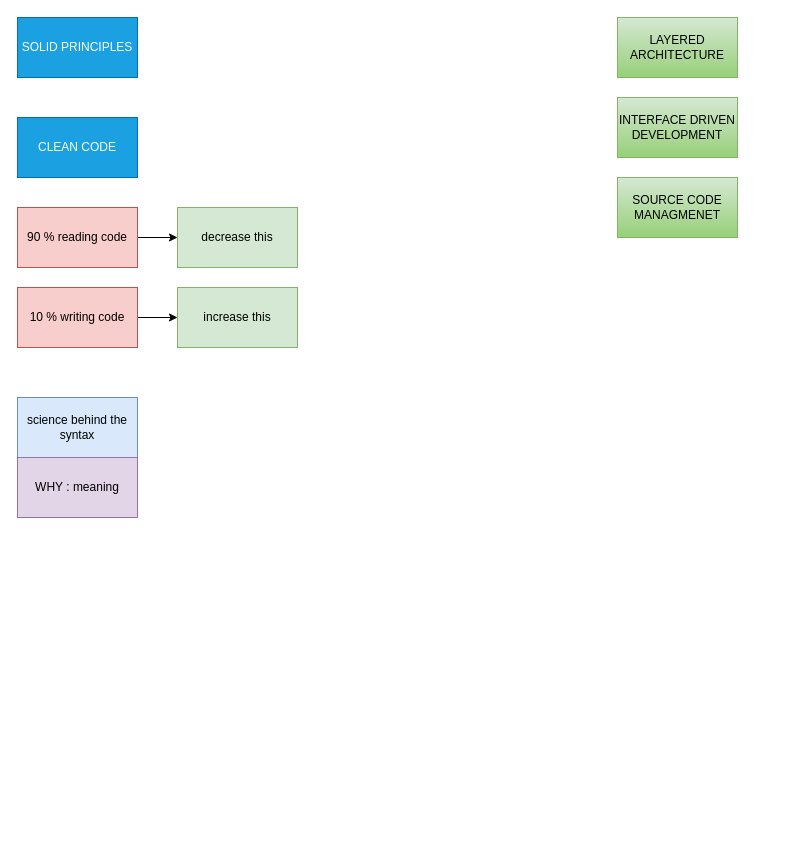
Before: page "Best *" (1 of 11) of java/diagrams/java-workflow.drawio in aukokyong/jfs-master, a draw.io diagram. Source tidied: cells renumbered, new cells numbered last; positions are measured from the earlier drawing's top-left corner, leaving out a move shared by most shapes. Both pictures are drawn from the tidied source at 100%, with x=0, y=0 at pixel (17, 17).
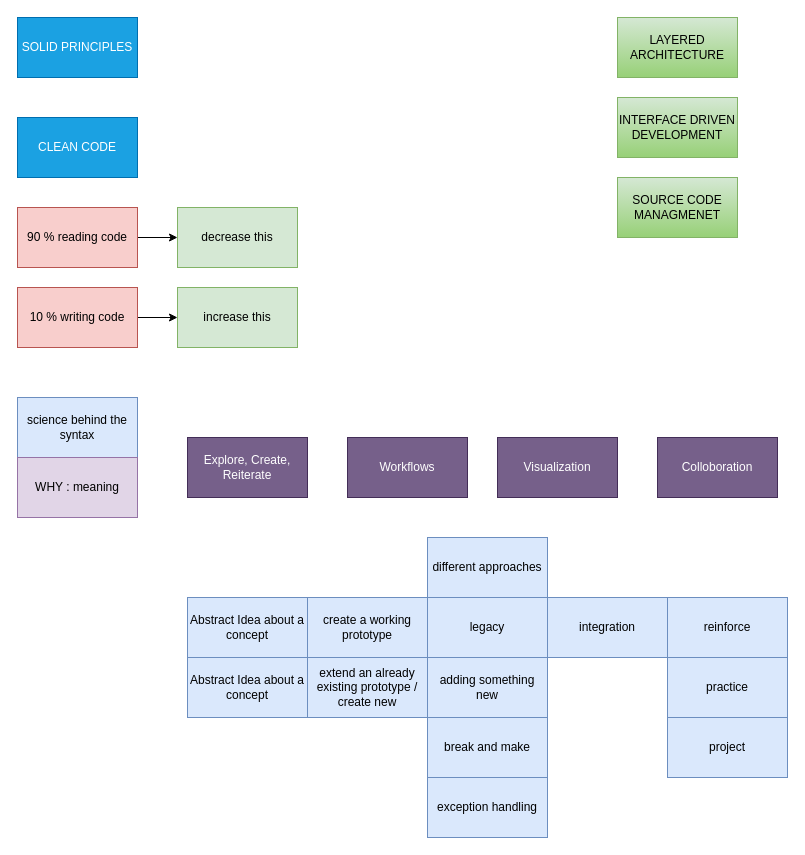
After the change.

Diff of the diagram source:
```diff
@@
+    <mxCell id="15" value="Abstract Idea about a concept" style="rounded=0;whiteSpace=wrap;html=1;fillColor=#dae8fc;strokeColor=#6c8ebf;" parent="1" vertex="1">
+      <mxGeometry x="170" y="580" width="120" height="60" as="geometry" />
+    </mxCell>
+    <mxCell id="16" value="create a working prototype" style="rounded=0;whiteSpace=wrap;html=1;fillColor=#dae8fc;strokeColor=#6c8ebf;" parent="1" vertex="1">
+      <mxGeometry x="290" y="580" width="120" height="60" as="geometry" />
+    </mxCell>
+    <mxCell id="17" value="different approaches" style="rounded=0;whiteSpace=wrap;html=1;fillColor=#dae8fc;strokeColor=#6c8ebf;" parent="1" vertex="1">
+      <mxGeometry x="410" y="520" width="120" height="60" as="geometry" />
+    </mxCell>
+    <mxCell id="18" value="adding something new" style="rounded=0;whiteSpace=wrap;html=1;fillColor=#dae8fc;strokeColor=#6c8ebf;" parent="1" vertex="1">
+      <mxGeometry x="410" y="640" width="120" height="60" as="geometry" />
+    </mxCell>
+    <mxCell id="19" value="legacy" style="rounded=0;whiteSpace=wrap;html=1;fillColor=#dae8fc;strokeColor=#6c8ebf;" parent="1" vertex="1">
+      <mxGeometry x="410" y="580" width="120" height="60" as="geometry" />
+    </mxCell>
+    <mxCell id="20" value="integration" style="rounded=0;whiteSpace=wrap;html=1;fillColor=#dae8fc;strokeColor=#6c8ebf;" parent="1" vertex="1">
+      <mxGeometry x="530" y="580" width="120" height="60" as="geometry" />
+    </mxCell>
+    <mxCell id="21" value="break and make" style="rounded=0;whiteSpace=wrap;html=1;fillColor=#dae8fc;strokeColor=#6c8ebf;" parent="1" vertex="1">
+      <mxGeometry x="410" y="700" width="120" height="60" as="geometry" />
+    </mxCell>
+    <mxCell id="22" value="exception handling" style="rounded=0;whiteSpace=wrap;html=1;fillColor=#dae8fc;strokeColor=#6c8ebf;" parent="1" vertex="1">
+      <mxGeometry x="410" y="760" width="120" height="60" as="geometry" />
+    </mxCell>
+    <mxCell id="23" value="reinforce" style="rounded=0;whiteSpace=wrap;html=1;fillColor=#dae8fc;strokeColor=#6c8ebf;" parent="1" vertex="1">
+      <mxGeometry x="650" y="580" width="120" height="60" as="geometry" />
+    </mxCell>
+    <mxCell id="24" value="Abstract Idea about a concept" style="rounded=0;whiteSpace=wrap;html=1;fillColor=#dae8fc;strokeColor=#6c8ebf;" parent="1" vertex="1">
+      <mxGeometry x="170" y="640" width="120" height="60" as="geometry" />
+    </mxCell>
+    <mxCell id="25" value="extend an already existing prototype / create new" style="rounded=0;whiteSpace=wrap;html=1;fillColor=#dae8fc;strokeColor=#6c8ebf;" parent="1" vertex="1">
+      <mxGeometry x="290" y="640" width="120" height="60" as="geometry" />
+    </mxCell>
+    <mxCell id="26" value="practice" style="rounded=0;whiteSpace=wrap;html=1;fillColor=#dae8fc;strokeColor=#6c8ebf;" parent="1" vertex="1">
+      <mxGeometry x="650" y="640" width="120" height="60" as="geometry" />
+    </mxCell>
+    <mxCell id="27" value="project" style="rounded=0;whiteSpace=wrap;html=1;fillColor=#dae8fc;strokeColor=#6c8ebf;" parent="1" vertex="1">
+      <mxGeometry x="650" y="700" width="120" height="60" as="geometry" />
+    </mxCell>
+    <mxCell id="28" value="Explore, Create, Reiterate" style="rounded=0;whiteSpace=wrap;html=1;fillColor=#76608a;strokeColor=#432D57;fontColor=#ffffff;" parent="1" vertex="1">
+      <mxGeometry x="170" y="420" width="120" height="60" as="geometry" />
+    </mxCell>
+    <mxCell id="29" value="Workflows" style="rounded=0;whiteSpace=wrap;html=1;fillColor=#76608a;strokeColor=#432D57;fontColor=#ffffff;" parent="1" vertex="1">
+      <mxGeometry x="330" y="420" width="120" height="60" as="geometry" />
+    </mxCell>
+    <mxCell id="30" value="Visualization" style="rounded=0;whiteSpace=wrap;html=1;fillColor=#76608a;strokeColor=#432D57;fontColor=#ffffff;" parent="1" vertex="1">
+      <mxGeometry x="480" y="420" width="120" height="60" as="geometry" />
+    </mxCell>
+    <mxCell id="31" value="Colloboration" style="rounded=0;whiteSpace=wrap;html=1;fillColor=#76608a;strokeColor=#432D57;fontColor=#ffffff;" parent="1" vertex="1">
+      <mxGeometry x="640" y="420" width="120" height="60" as="geometry" />
+    </mxCell>
```
